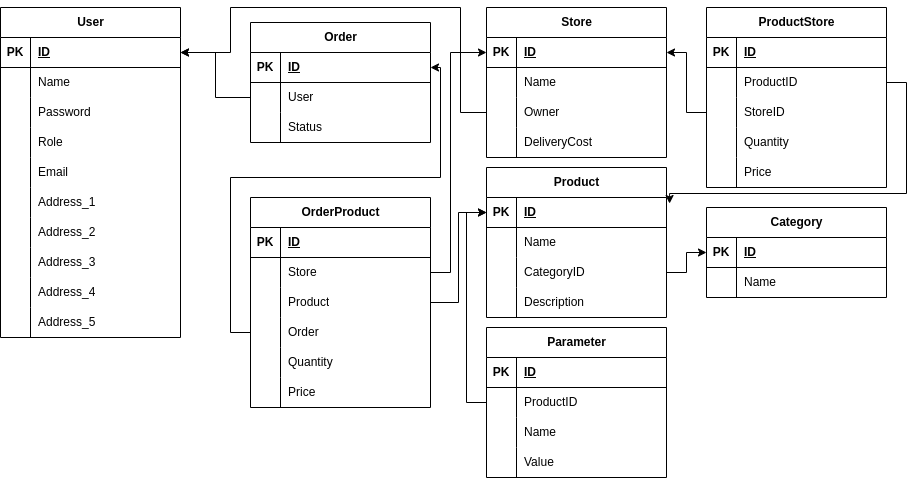
Garpusha/diploma keeps this draw.io diagram as Diploma_scheme.png. Above is the earlier version. Source tidied: cells renumbered, new cells last; positions are measured from the earlier drawing's top-left corner, leaving out a move shared by most shapes.
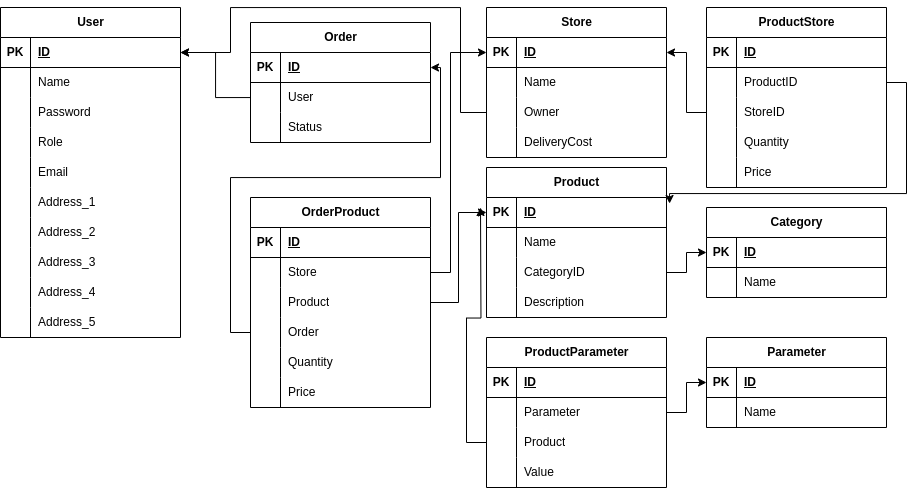
After the commit.

Commit message:
Yaml file complete Added relation "parameter"

The edit, as a diff of the source:
```diff
@@ -273,7 +273,7 @@
       <mxGeometry x="30" width="150" height="30" as="geometry" />
     </mxCell>
     <mxCell id="92" value="Parameter" style="shape=table;startSize=30;rowLines=0;fontStyle=1;align=center;html=1;" parent="1" vertex="1">
-      <mxGeometry x="486" y="320" width="180" height="150" as="geometry" />
+      <mxGeometry x="706" y="330" width="180" height="90" as="geometry" />
     </mxCell>
     <mxCell id="93" style="shape=tableRow;horizontal=0;startSize=0;swimlaneHead=0;swimlaneBody=0;fillColor=none;points=[[0,0.5],[1,0.5]];portConstraint=eastwest;top=0;left=0;right=0;bottom=1;" parent="92" vertex="1">
       <mxGeometry y="30" width="180" height="30" as="geometry" />
@@ -284,17 +284,8 @@
     <mxCell id="95" value="ID" style="shape=partialRectangle;fillColor=none;top=0;left=0;bottom=0;right=0;align=left;spacingLeft=6;fontStyle=5;overflow=hidden;whiteSpace=wrap;html=1;" parent="93" vertex="1">
       <mxGeometry x="30" width="150" height="30" as="geometry" />
     </mxCell>
-    <mxCell id="96" style="shape=tableRow;horizontal=0;startSize=0;swimlaneHead=0;swimlaneBody=0;fillColor=none;points=[[0,0.5],[1,0.5]];portConstraint=eastwest;top=0;left=0;right=0;bottom=0;" parent="92" vertex="1">
-      <mxGeometry y="60" width="180" height="30" as="geometry" />
-    </mxCell>
-    <mxCell id="97" style="shape=partialRectangle;fillColor=none;top=0;left=0;bottom=0;right=0;overflow=hidden;whiteSpace=wrap;html=1;" parent="96" vertex="1">
-      <mxGeometry width="30" height="30" as="geometry" />
-    </mxCell>
-    <mxCell id="98" value="ProductID" style="shape=partialRectangle;fillColor=none;top=0;left=0;bottom=0;right=0;align=left;spacingLeft=6;overflow=hidden;whiteSpace=wrap;html=1;" parent="96" vertex="1">
-      <mxGeometry x="30" width="150" height="30" as="geometry" />
-    </mxCell>
     <mxCell id="99" style="shape=tableRow;horizontal=0;startSize=0;swimlaneHead=0;swimlaneBody=0;fillColor=none;top=0;left=0;right=0;bottom=0;" parent="92" vertex="1">
-      <mxGeometry y="90" width="180" height="30" as="geometry" />
+      <mxGeometry y="60" width="180" height="30" as="geometry" />
     </mxCell>
     <mxCell id="100" style="shape=partialRectangle;fillColor=none;top=0;left=0;bottom=0;right=0;overflow=hidden;whiteSpace=wrap;html=1;" parent="99" vertex="1">
       <mxGeometry width="30" height="30" as="geometry" />
@@ -302,15 +293,6 @@
     <mxCell id="101" value="Name" style="shape=partialRectangle;fillColor=none;top=0;left=0;bottom=0;right=0;align=left;spacingLeft=6;overflow=hidden;whiteSpace=wrap;html=1;" parent="99" vertex="1">
       <mxGeometry x="30" width="150" height="30" as="geometry" />
     </mxCell>
-    <mxCell id="102" style="shape=tableRow;horizontal=0;startSize=0;swimlaneHead=0;swimlaneBody=0;fillColor=none;top=0;left=0;right=0;bottom=0;" parent="92" vertex="1">
-      <mxGeometry y="120" width="180" height="30" as="geometry" />
-    </mxCell>
-    <mxCell id="103" style="shape=partialRectangle;fillColor=none;top=0;left=0;bottom=0;right=0;overflow=hidden;whiteSpace=wrap;html=1;" parent="102" vertex="1">
-      <mxGeometry width="30" height="30" as="geometry" />
-    </mxCell>
-    <mxCell id="104" value="Value" style="shape=partialRectangle;fillColor=none;top=0;left=0;bottom=0;right=0;align=left;spacingLeft=6;overflow=hidden;whiteSpace=wrap;html=1;" parent="102" vertex="1">
-      <mxGeometry x="30" width="150" height="30" as="geometry" />
-    </mxCell>
     <mxCell id="105" style="edgeStyle=orthogonalEdgeStyle;rounded=0;jettySize=auto;html=1;entryX=0;entryY=0.5;entryDx=0;entryDy=0;" parent="1" edge="1" source="40" target="86">
       <mxGeometry relative="1" as="geometry" />
     </mxCell>
@@ -322,9 +304,6 @@
         </Array>
       </mxGeometry>
     </mxCell>
-    <mxCell id="107" style="edgeStyle=orthogonalEdgeStyle;rounded=0;jettySize=auto;html=1;entryX=0;entryY=0.5;entryDx=0;entryDy=0;" parent="1" edge="1" source="96" target="34">
-      <mxGeometry relative="1" as="geometry" />
-    </mxCell>
     <mxCell id="108" value="OrderProduct" style="shape=table;startSize=30;rowLines=0;fontStyle=1;align=center;html=1;" parent="1" vertex="1">
       <mxGeometry x="250" y="190" width="180" height="210" as="geometry" />
     </mxCell>
@@ -419,5 +398,52 @@
         </Array>
       </mxGeometry>
     </mxCell>
+    <mxCell id="133" value="ProductParameter" style="shape=table;startSize=30;rowLines=0;fontStyle=1;align=center;html=1;" parent="1" vertex="1">
+      <mxGeometry x="486" y="330" width="180" height="150" as="geometry" />
+    </mxCell>
+    <mxCell id="134" style="shape=tableRow;horizontal=0;startSize=0;swimlaneHead=0;swimlaneBody=0;fillColor=none;top=0;left=0;right=0;bottom=1;" parent="133" vertex="1">
+      <mxGeometry y="30" width="180" height="30" as="geometry" />
+    </mxCell>
+    <mxCell id="135" value="PK" style="shape=partialRectangle;fillColor=none;top=0;left=0;bottom=0;right=0;fontStyle=1;overflow=hidden;whiteSpace=wrap;html=1;" parent="134" vertex="1">
+      <mxGeometry width="30" height="30" as="geometry" />
+    </mxCell>
+    <mxCell id="136" value="ID" style="shape=partialRectangle;fillColor=none;top=0;left=0;bottom=0;right=0;align=left;spacingLeft=6;fontStyle=5;overflow=hidden;whiteSpace=wrap;html=1;" parent="134" vertex="1">
+      <mxGeometry x="30" width="150" height="30" as="geometry" />
+    </mxCell>
+    <mxCell id="96" style="shape=tableRow;horizontal=0;startSize=0;swimlaneHead=0;swimlaneBody=0;fillColor=none;points=[[0,0.5],[1,0.5]];portConstraint=eastwest;top=0;left=0;right=0;bottom=0;" parent="133" vertex="1">
+      <mxGeometry y="60" width="180" height="30" as="geometry" />
+    </mxCell>
+    <mxCell id="137" style="shape=partialRectangle;fillColor=none;top=0;left=0;bottom=0;right=0;overflow=hidden;whiteSpace=wrap;html=1;" parent="96" vertex="1">
+      <mxGeometry width="30" height="30" as="geometry" />
+    </mxCell>
+    <mxCell id="138" value="Parameter" style="shape=partialRectangle;fillColor=none;top=0;left=0;bottom=0;right=0;align=left;spacingLeft=6;overflow=hidden;whiteSpace=wrap;html=1;" parent="96" vertex="1">
+      <mxGeometry x="30" width="150" height="30" as="geometry" />
+    </mxCell>
+    <mxCell id="139" style="shape=tableRow;horizontal=0;startSize=0;swimlaneHead=0;swimlaneBody=0;fillColor=none;points=[[0,0.5],[1,0.5]];portConstraint=eastwest;top=0;left=0;right=0;bottom=0;" parent="133" vertex="1">
+      <mxGeometry y="90" width="180" height="30" as="geometry" />
+    </mxCell>
+    <mxCell id="140" style="shape=partialRectangle;fillColor=none;top=0;left=0;bottom=0;right=0;overflow=hidden;whiteSpace=wrap;html=1;" parent="139" vertex="1">
+      <mxGeometry width="30" height="30" as="geometry" />
+    </mxCell>
+    <mxCell id="141" value="Product" style="shape=partialRectangle;fillColor=none;top=0;left=0;bottom=0;right=0;align=left;spacingLeft=6;overflow=hidden;whiteSpace=wrap;html=1;" parent="139" vertex="1">
+      <mxGeometry x="30" width="150" height="30" as="geometry" />
+    </mxCell>
+    <mxCell id="102" style="shape=tableRow;horizontal=0;startSize=0;swimlaneHead=0;swimlaneBody=0;fillColor=none;top=0;left=0;right=0;bottom=0;" parent="133" vertex="1">
+      <mxGeometry y="120" width="180" height="30" as="geometry" />
+    </mxCell>
+    <mxCell id="142" style="shape=partialRectangle;fillColor=none;top=0;left=0;bottom=0;right=0;overflow=hidden;whiteSpace=wrap;html=1;" parent="102" vertex="1">
+      <mxGeometry width="30" height="30" as="geometry" />
+    </mxCell>
+    <mxCell id="104" value="Value" style="shape=partialRectangle;fillColor=none;top=0;left=0;bottom=0;right=0;align=left;spacingLeft=6;overflow=hidden;whiteSpace=wrap;html=1;" parent="102" vertex="1">
+      <mxGeometry x="30" width="150" height="30" as="geometry" />
+    </mxCell>
+    <mxCell id="143" style="edgeStyle=orthogonalEdgeStyle;rounded=0;jettySize=auto;html=1;exitX=1;exitY=0.5;exitDx=0;exitDy=0;entryX=0;entryY=0.5;entryDx=0;entryDy=0;" parent="1" edge="1" source="96" target="93">
+      <mxGeometry relative="1" as="geometry" />
+    </mxCell>
+    <mxCell id="144" style="edgeStyle=orthogonalEdgeStyle;rounded=0;jettySize=auto;html=1;exitX=0;exitY=0.5;exitDx=0;exitDy=0;" parent="1" edge="1" source="139">
+      <mxGeometry relative="1" as="geometry">
+        <mxPoint x="480" y="200" as="targetPoint" />
+      </mxGeometry>
+    </mxCell>
   </root>
 </mxGraphModel>
```
